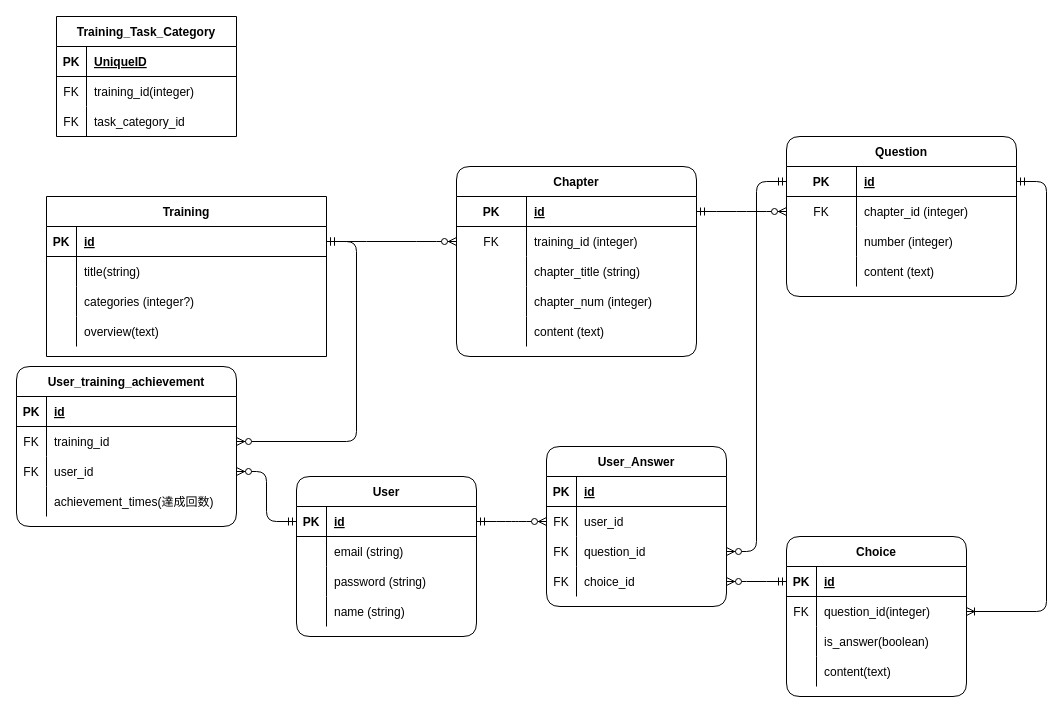
Before: page "自分アプリ用" (1 of 3) of models.drawio in Yuluki-10/quiz-app_markdown, a draw.io diagram. Source tidied: cells renumbered, new cells numbered last; positions are measured from the earlier drawing's top-left corner, leaving out a move shared by most shapes. Both pictures are drawn from the tidied source at 100%, with x=0, y=0 at pixel (16, 16).
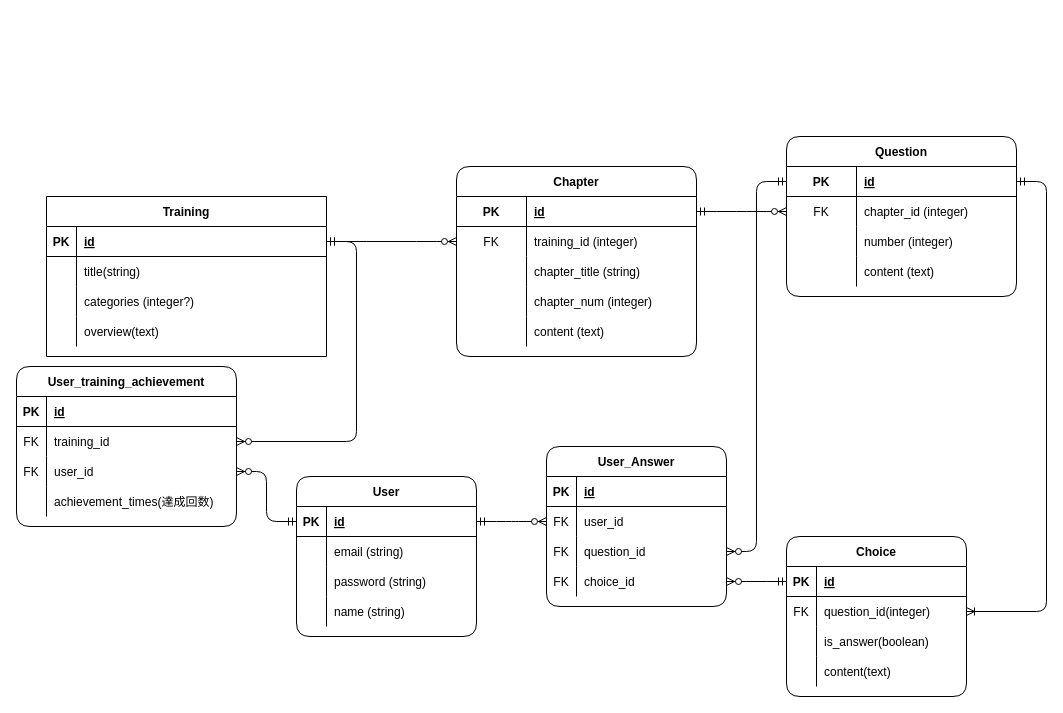
The same diagram, later.

The edit, as a diff of the source:
```diff
@@
-    <mxCell id="104" value="Training_Task_Category" style="shape=table;startSize=30;childLayout=tableLayout;rowLines=0;fontStyle=1;align=center;" parent="1" vertex="1">
-      <mxGeometry x="40" width="180" height="120" as="geometry" />
-    </mxCell>
-    <mxCell id="105" style="shape=tableRow;horizontal=0;startSize=0;swimlaneHead=0;swimlaneBody=0;fillColor=none;top=0;left=0;right=0;bottom=1;" parent="104" vertex="1">
-      <mxGeometry y="30" width="180" height="30" as="geometry" />
-    </mxCell>
-    <mxCell id="106" value="PK" style="shape=partialRectangle;fillColor=none;top=0;left=0;bottom=0;right=0;fontStyle=1;overflow=hidden;" parent="105" vertex="1">
-      <mxGeometry width="30" height="30" as="geometry" />
-    </mxCell>
-    <mxCell id="107" value="UniqueID" style="shape=partialRectangle;fillColor=none;top=0;left=0;bottom=0;right=0;align=left;spacingLeft=6;fontStyle=5;overflow=hidden;" parent="105" vertex="1">
-      <mxGeometry x="30" width="150" height="30" as="geometry" />
-    </mxCell>
-    <mxCell id="108" style="shape=tableRow;horizontal=0;startSize=0;swimlaneHead=0;swimlaneBody=0;fillColor=none;top=0;left=0;right=0;bottom=0;" parent="104" vertex="1">
-      <mxGeometry y="60" width="180" height="30" as="geometry" />
-    </mxCell>
-    <mxCell id="109" value="FK" style="shape=partialRectangle;fillColor=none;top=0;left=0;bottom=0;right=0;overflow=hidden;" parent="108" vertex="1">
-      <mxGeometry width="30" height="30" as="geometry" />
-    </mxCell>
-    <mxCell id="110" value="training_id(integer)" style="shape=partialRectangle;fillColor=none;top=0;left=0;bottom=0;right=0;align=left;spacingLeft=6;overflow=hidden;" parent="108" vertex="1">
-      <mxGeometry x="30" width="150" height="30" as="geometry" />
-    </mxCell>
-    <mxCell id="111" style="shape=tableRow;horizontal=0;startSize=0;swimlaneHead=0;swimlaneBody=0;fillColor=none;top=0;left=0;right=0;bottom=0;" parent="104" vertex="1">
-      <mxGeometry y="90" width="180" height="30" as="geometry" />
-    </mxCell>
-    <mxCell id="112" value="FK" style="shape=partialRectangle;fillColor=none;top=0;left=0;bottom=0;right=0;overflow=hidden;" parent="111" vertex="1">
-      <mxGeometry width="30" height="30" as="geometry" />
-    </mxCell>
-    <mxCell id="113" value="task_category_id" style="shape=partialRectangle;fillColor=none;top=0;left=0;bottom=0;right=0;align=left;spacingLeft=6;overflow=hidden;" parent="111" vertex="1">
-      <mxGeometry x="30" width="150" height="30" as="geometry" />
-    </mxCell>
```
